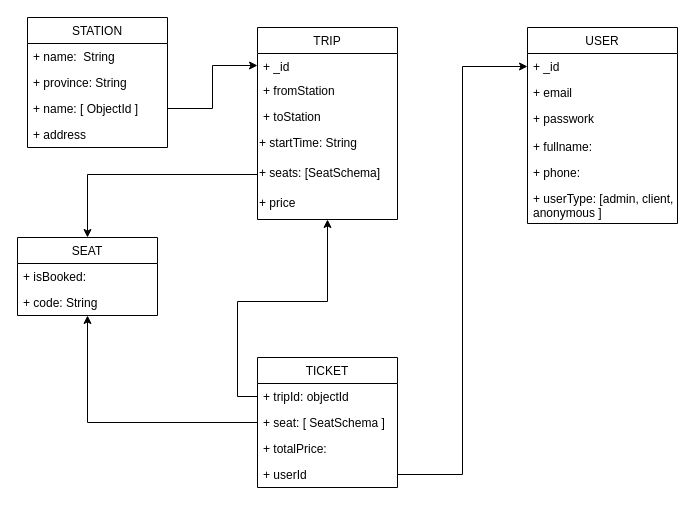
This is designDB.drawio from cqchien/Vexere-Backend, a draw.io file, before an edit. Source tidied: cells renumbered, new cells numbered last; positions are measured from the earlier drawing's top-left corner, leaving out a move shared by most shapes. Both pictures are drawn from the tidied source at 100%, with x=0, y=0 at pixel (17, 17).
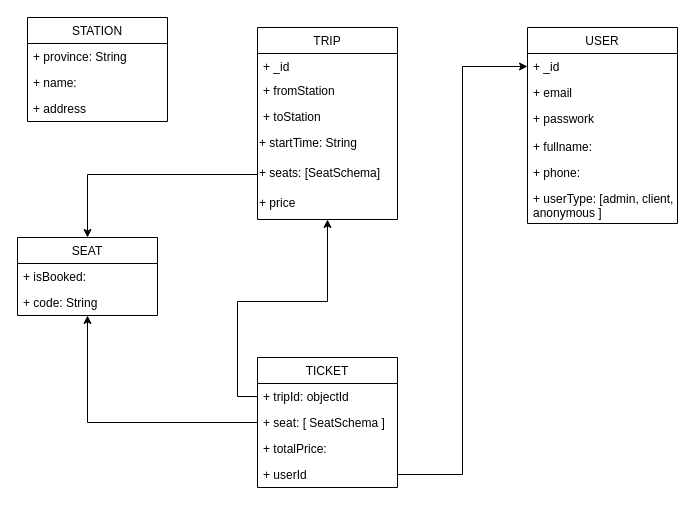
After the change.

The change refers to these unchanged cells:
```xml
<mxCell id="3" value="+ _id" style="text;strokeColor=none;fillColor=none;align=left;verticalAlign=top;spacingLeft=4;spacingRight=4;overflow=hidden;points=[[0,0.5],[1,0.5]];portConstraint=eastwest;" parent="2" vertex="1">
  <mxGeometry y="26" width="140" height="24" as="geometry" />
</mxCell>
```

What changed in the source:
```diff
@@
     <mxCell id="13" value="STATION" style="swimlane;fontStyle=0;horizontal=1;startSize=26;fillColor=none;" parent="1" vertex="1">
-      <mxGeometry x="10" width="140" height="130" as="geometry" />
+      <mxGeometry x="10" width="140" height="104" as="geometry" />
     </mxCell>
-    <mxCell id="14" value="+ name:  String&#10;" style="text;strokeColor=none;fillColor=none;align=left;verticalAlign=top;spacingLeft=4;spacingRight=4;overflow=hidden;" parent="13" vertex="1">
-      <mxGeometry y="26" width="140" height="26" as="geometry" />
-    </mxCell>
     <mxCell id="15" value="+ province: String" style="text;strokeColor=none;fillColor=none;align=left;verticalAlign=top;spacingLeft=4;spacingRight=4;overflow=hidden;" parent="13" vertex="1">
-      <mxGeometry y="52" width="140" height="26" as="geometry" />
+      <mxGeometry y="26" width="140" height="26" as="geometry" />
     </mxCell>
-    <mxCell id="16" value="+ name: [ ObjectId ]" style="text;strokeColor=none;fillColor=none;align=left;verticalAlign=top;spacingLeft=4;spacingRight=4;overflow=hidden;points=[[0,0.5],[1,0.5]];portConstraint=eastwest;" parent="13" vertex="1">
-      <mxGeometry y="78" width="140" height="26" as="geometry" />
+    <mxCell id="16" value="+ name:" style="text;strokeColor=none;fillColor=none;align=left;verticalAlign=top;spacingLeft=4;spacingRight=4;overflow=hidden;points=[[0,0.5],[1,0.5]];portConstraint=eastwest;" parent="13" vertex="1">
+      <mxGeometry y="52" width="140" height="26" as="geometry" />
     </mxCell>
     <mxCell id="17" value="+ address" style="text;strokeColor=none;fillColor=none;align=left;verticalAlign=top;spacingLeft=4;spacingRight=4;overflow=hidden;" parent="13" vertex="1">
-      <mxGeometry y="104" width="140" height="26" as="geometry" />
+      <mxGeometry y="78" width="140" height="26" as="geometry" />
     </mxCell>
@@
-    <mxCell id="32" style="edgeStyle=orthogonalEdgeStyle;rounded=0;jettySize=auto;html=1;entryX=0;entryY=0.5;entryDx=0;entryDy=0;" parent="1" edge="1" source="16" target="3">
-      <mxGeometry relative="1" as="geometry" />
-    </mxCell>
```
